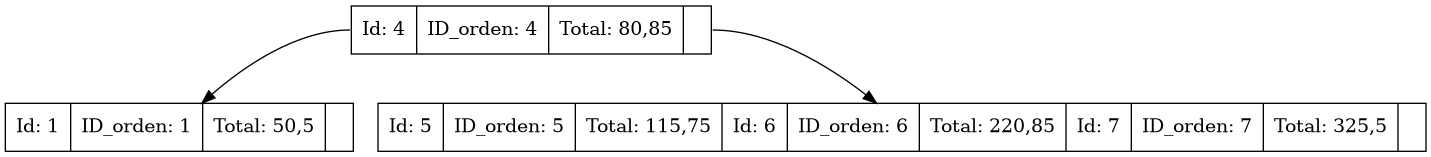
Before: Fase#2/Reportes/ListaFacturaB5.png, a diagram exported from Graphviz (Farot30/-EDD-1S2025_202307820). Its source is kept beside it as Fase#2/Reportes/ListaFacturaB5.dot.
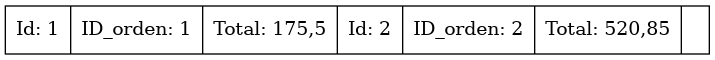
After the change.

Change to the diagram source:
```diff
@@ -1,8 +1,4 @@
 digraph BTree {
     node [shape=record];
-node0 [label="<f0> Id: 4|ID_orden: 4|Total: 80,85|<f1>"];
-node1 [label="<f0> Id: 1|ID_orden: 1|Total: 50,5|<f1>"];
-    node0:f0 -> node1;
-node2 [label="<f0> Id: 5|ID_orden: 5|Total: 115,75|<f1> Id: 6|ID_orden: 6|Total: 220,85|<f2> Id: 7|ID_orden: 7|Total: 325,5|<f3>"];
-    node0:f1 -> node2;
+node0 [label="<f0> Id: 1|ID_orden: 1|Total: 175,5|<f1> Id: 2|ID_orden: 2|Total: 520,85|<f2>"];
 }
```
